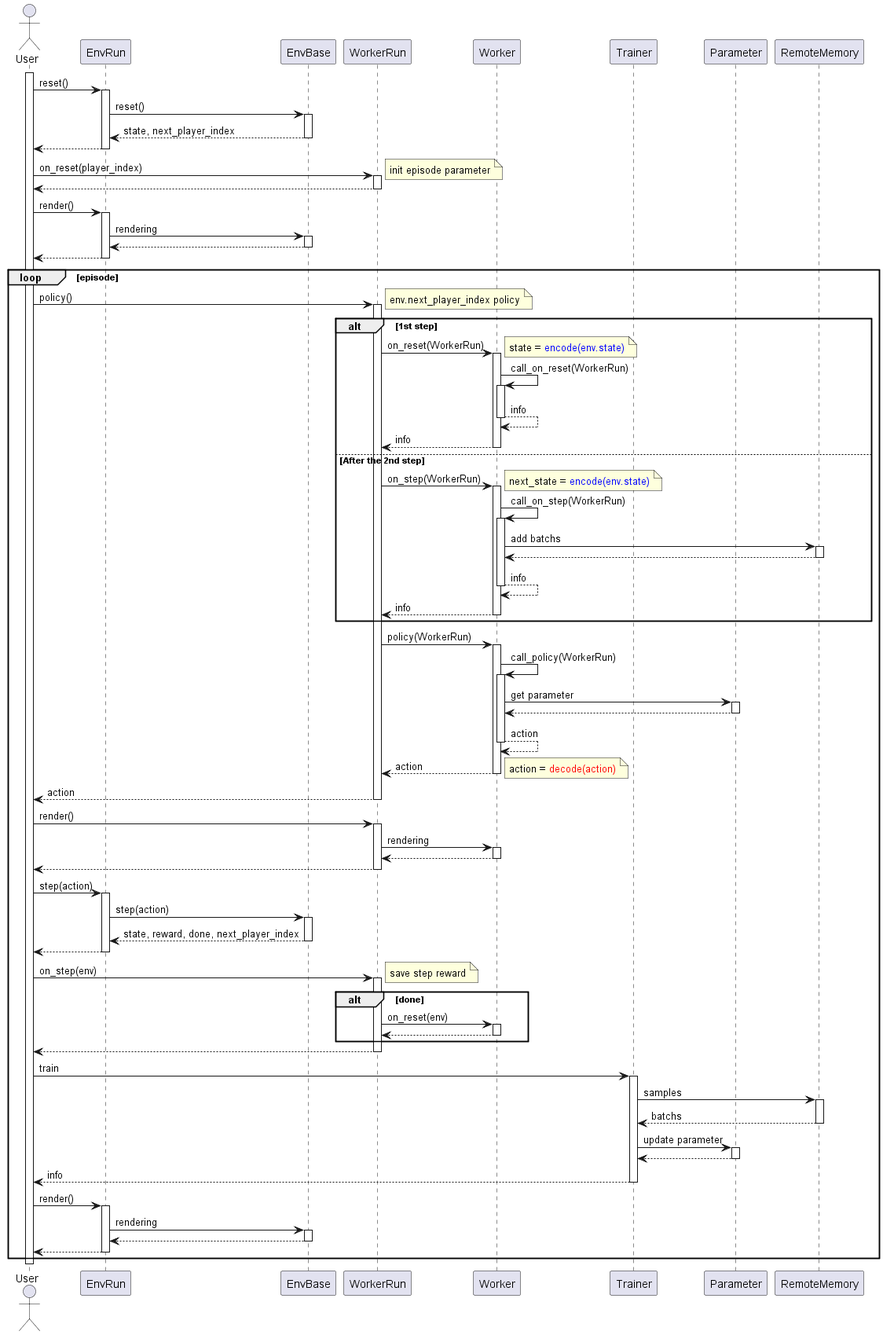
Before: diagrams/playflow.png, a diagram exported from PlantUML (pocokhc/simple_distributed_rl).
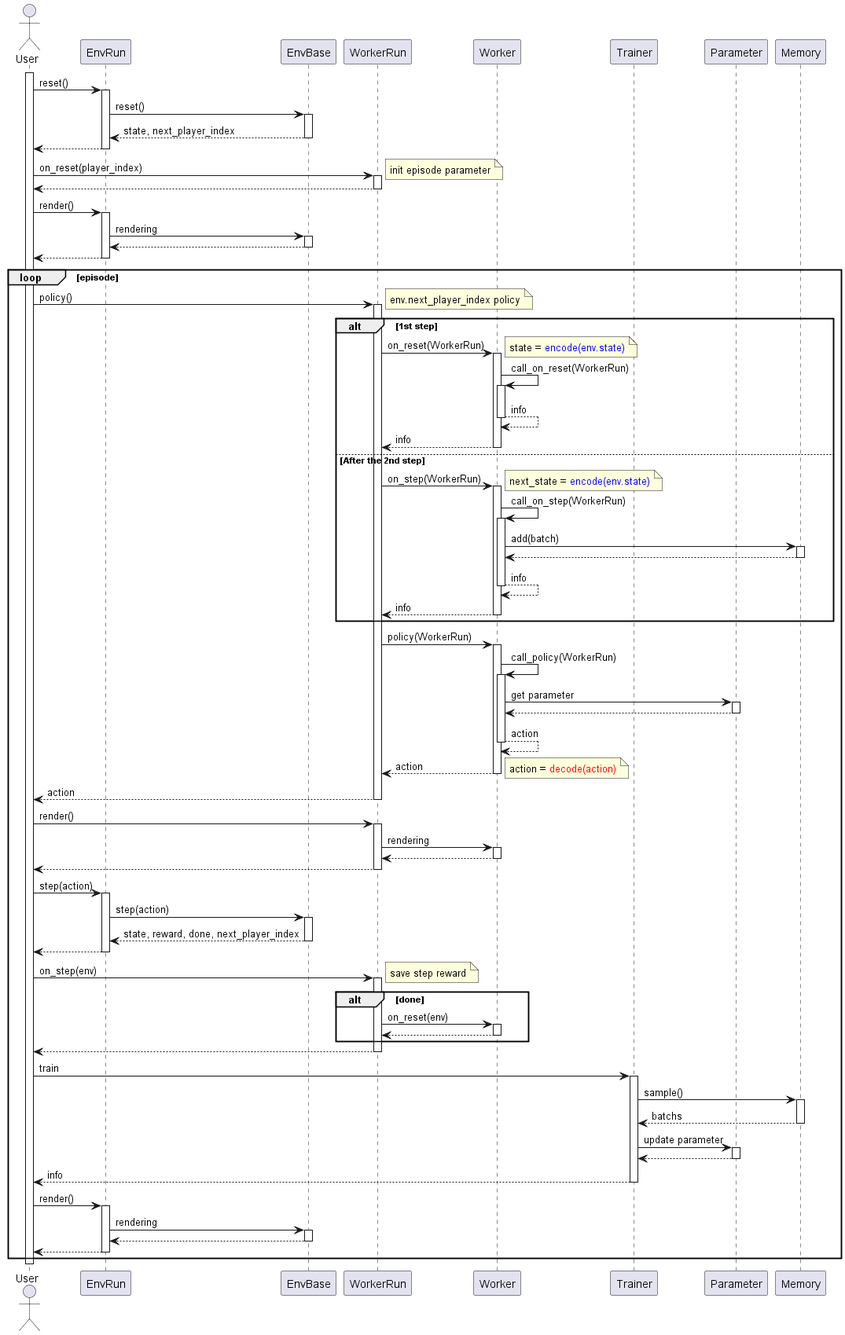
The same diagram one commit later.

Diff of the diagram source:
```diff
@@ -11,7 +11,7 @@
 
 participant Trainer
 participant Parameter
-participant RemoteMemory
+participant Memory
 
 
 activate User
@@ -51,7 +51,7 @@
                 next_state = <color blue>encode(env.state)</color>
                 end note
                 Worker -> Worker: call_on_step(WorkerRun)
-                    Worker -> RemoteMemory: add batchs
+                    Worker -> Memory: add(batch)
                     return
                 return info
             return info
@@ -89,7 +89,7 @@
     return
 
     User -> Trainer: train
-        Trainer -> RemoteMemory: samples
+        Trainer -> Memory: sample()
         return batchs
         Trainer -> Parameter: update parameter
         return
```
